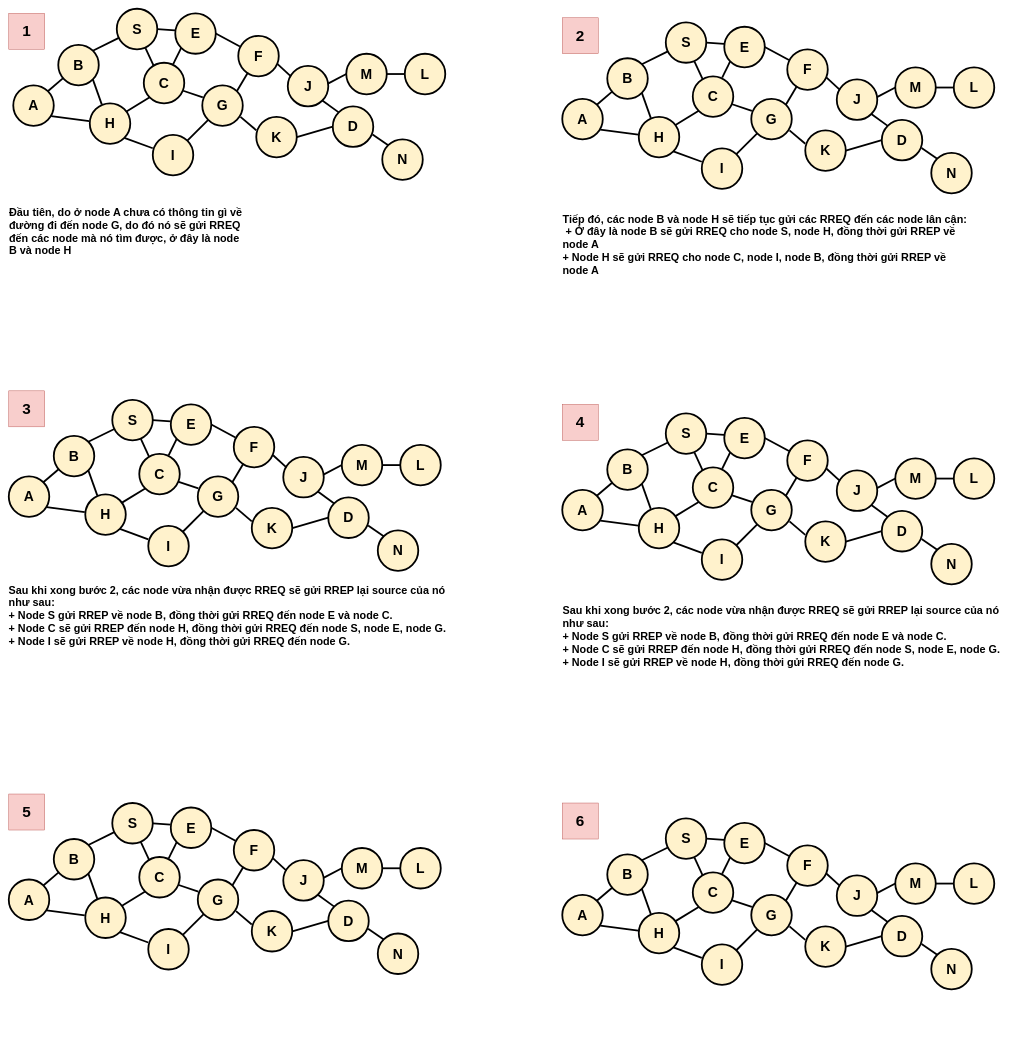
The draw.io diagram Untitled Diagram.drawio in hoangbui24/NT330.N21_AODV_OSLR, before the edit. Source tidied: cells renumbered, new cells numbered last; positions are measured from the earlier drawing's top-left corner, leaving out a move shared by most shapes. Both pictures are drawn from the tidied source at 45%, with x=0, y=0 at pixel (8, 9).
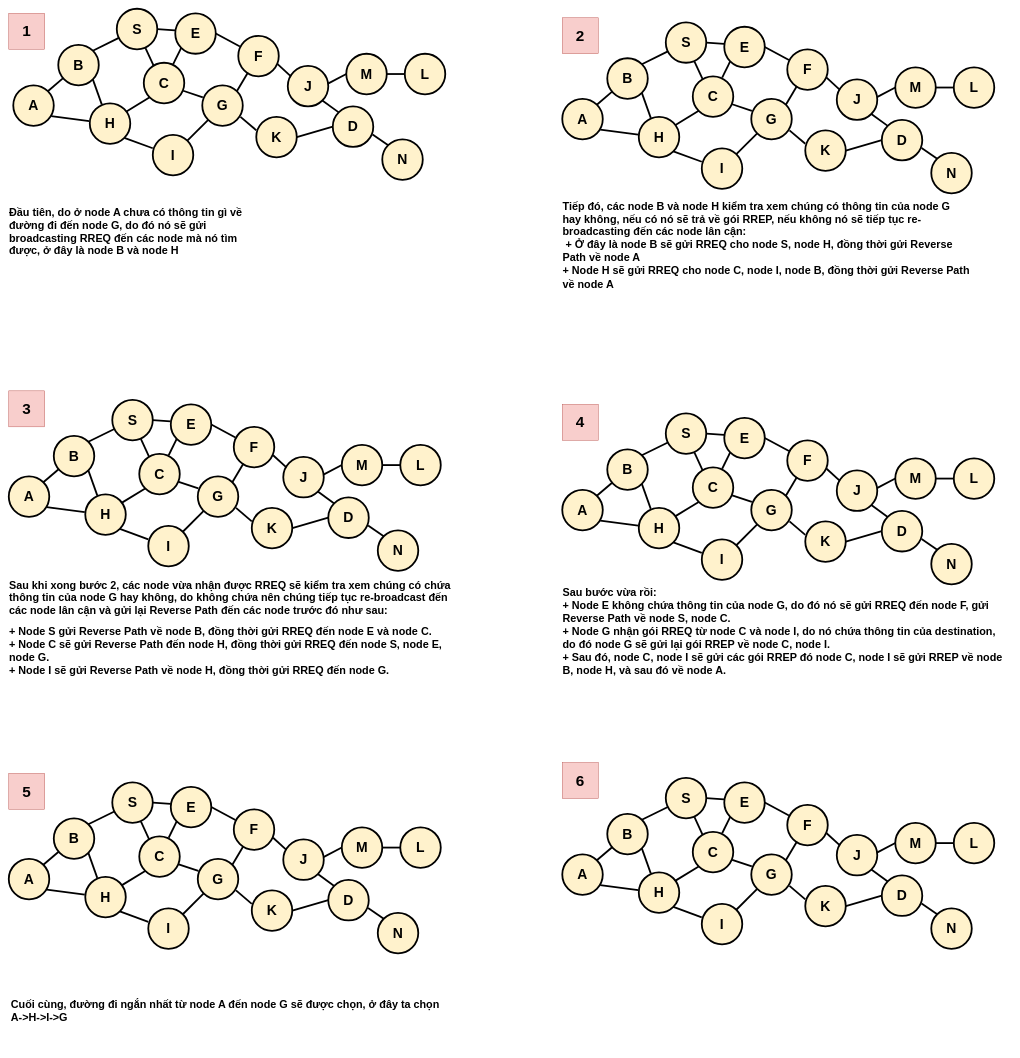
Above is the later version.

The edit, as a diff of the source:
```diff
@@
     <mxCell id="72" value="&lt;h1 style=&quot;font-size: 31px;&quot;&gt;A&lt;/h1&gt;" style="ellipse;whiteSpace=wrap;html=1;fontStyle=1;horizontal=1;fontSize=31;fillColor=#fff2cc;strokeColor=#000000;strokeWidth=4;" parent="1" vertex="1">
-      <mxGeometry x="1" y="1935" width="90" height="90" as="geometry" />
+      <mxGeometry x="1" y="1889" width="90" height="90" as="geometry" />
     </mxCell>
     <mxCell id="73" value="&lt;h1 style=&quot;font-size: 31px;&quot;&gt;B&lt;/h1&gt;" style="ellipse;whiteSpace=wrap;html=1;fontStyle=1;horizontal=1;fontSize=31;fillColor=#fff2cc;strokeColor=#000000;strokeWidth=4;" parent="1" vertex="1">
-      <mxGeometry x="101" y="1845" width="90" height="90" as="geometry" />
+      <mxGeometry x="101" y="1799" width="90" height="90" as="geometry" />
     </mxCell>
     <mxCell id="74" value="&lt;h1 style=&quot;font-size: 31px;&quot;&gt;H&lt;/h1&gt;" style="ellipse;whiteSpace=wrap;html=1;fontStyle=1;horizontal=1;fontSize=31;fillColor=#fff2cc;strokeColor=#000000;strokeWidth=4;" parent="1" vertex="1">
-      <mxGeometry x="171" y="1975" width="90" height="90" as="geometry" />
+      <mxGeometry x="171" y="1929" width="90" height="90" as="geometry" />
     </mxCell>
     <mxCell id="75" value="&lt;h1 style=&quot;font-size: 31px;&quot;&gt;S&lt;/h1&gt;" style="ellipse;whiteSpace=wrap;html=1;fontStyle=1;horizontal=1;fontSize=31;fillColor=#fff2cc;strokeColor=#000000;strokeWidth=4;" parent="1" vertex="1">
-      <mxGeometry x="231" y="1765" width="90" height="90" as="geometry" />
+      <mxGeometry x="231" y="1719" width="90" height="90" as="geometry" />
     </mxCell>
     <mxCell id="76" value="&lt;h1 style=&quot;font-size: 31px;&quot;&gt;C&lt;/h1&gt;" style="ellipse;whiteSpace=wrap;html=1;fontStyle=1;horizontal=1;fontSize=31;fillColor=#fff2cc;strokeColor=#000000;strokeWidth=4;" parent="1" vertex="1">
-      <mxGeometry x="291" y="1885" width="90" height="90" as="geometry" />
+      <mxGeometry x="291" y="1839" width="90" height="90" as="geometry" />
     </mxCell>
     <mxCell id="77" value="I" style="ellipse;whiteSpace=wrap;html=1;fontStyle=1;horizontal=1;fontSize=31;fillColor=#fff2cc;strokeColor=#000000;strokeWidth=4;" parent="1" vertex="1">
-      <mxGeometry x="311" y="2045" width="90" height="90" as="geometry" />
+      <mxGeometry x="311" y="1999" width="90" height="90" as="geometry" />
     </mxCell>
     <mxCell id="78" value="E" style="ellipse;whiteSpace=wrap;html=1;fontStyle=1;horizontal=1;fontSize=31;fillColor=#fff2cc;strokeColor=#000000;strokeWidth=4;" parent="1" vertex="1">
-      <mxGeometry x="361" y="1775" width="90" height="90" as="geometry" />
+      <mxGeometry x="361" y="1729" width="90" height="90" as="geometry" />
     </mxCell>
     <mxCell id="79" value="G" style="ellipse;whiteSpace=wrap;html=1;fontStyle=1;horizontal=1;fontSize=31;fillColor=#fff2cc;strokeColor=#000000;strokeWidth=4;" parent="1" vertex="1">
-      <mxGeometry x="421" y="1935" width="90" height="90" as="geometry" />
+      <mxGeometry x="421" y="1889" width="90" height="90" as="geometry" />
     </mxCell>
     <mxCell id="80" value="F" style="ellipse;whiteSpace=wrap;html=1;fontStyle=1;horizontal=1;fontSize=31;fillColor=#fff2cc;strokeColor=#000000;strokeWidth=4;" parent="1" vertex="1">
-      <mxGeometry x="501" y="1825" width="90" height="90" as="geometry" />
+      <mxGeometry x="501" y="1779" width="90" height="90" as="geometry" />
     </mxCell>
     <mxCell id="81" value="K" style="ellipse;whiteSpace=wrap;html=1;fontStyle=1;horizontal=1;fontSize=31;fillColor=#fff2cc;strokeColor=#000000;strokeWidth=4;" parent="1" vertex="1">
-      <mxGeometry x="541" y="2005" width="90" height="90" as="geometry" />
+      <mxGeometry x="541" y="1959" width="90" height="90" as="geometry" />
     </mxCell>
     <mxCell id="82" value="J" style="ellipse;whiteSpace=wrap;html=1;fontStyle=1;horizontal=1;fontSize=31;fillColor=#fff2cc;strokeColor=#000000;strokeWidth=4;" parent="1" vertex="1">
-      <mxGeometry x="611" y="1892" width="90" height="90" as="geometry" />
+      <mxGeometry x="611" y="1846" width="90" height="90" as="geometry" />
     </mxCell>
     <mxCell id="83" value="M" style="ellipse;whiteSpace=wrap;html=1;fontStyle=1;horizontal=1;fontSize=31;fillColor=#fff2cc;strokeColor=#000000;strokeWidth=4;" parent="1" vertex="1">
-      <mxGeometry x="741" y="1865" width="90" height="90" as="geometry" />
+      <mxGeometry x="741" y="1819" width="90" height="90" as="geometry" />
     </mxCell>
     <mxCell id="84" value="L" style="ellipse;whiteSpace=wrap;html=1;fontStyle=1;horizontal=1;fontSize=31;fillColor=#fff2cc;strokeColor=#000000;strokeWidth=4;" parent="1" vertex="1">
-      <mxGeometry x="871" y="1865" width="90" height="90" as="geometry" />
+      <mxGeometry x="871" y="1819" width="90" height="90" as="geometry" />
     </mxCell>
     <mxCell id="85" value="D" style="ellipse;whiteSpace=wrap;html=1;fontStyle=1;horizontal=1;fontSize=31;fillColor=#fff2cc;strokeColor=#000000;strokeWidth=4;" parent="1" vertex="1">
-      <mxGeometry x="711" y="1982" width="90" height="90" as="geometry" />
+      <mxGeometry x="711" y="1936" width="90" height="90" as="geometry" />
     </mxCell>
     <mxCell id="86" value="N" style="ellipse;whiteSpace=wrap;html=1;fontStyle=1;horizontal=1;fontSize=31;fillColor=#fff2cc;strokeColor=#000000;strokeWidth=4;" parent="1" vertex="1">
-      <mxGeometry x="821" y="2055" width="90" height="90" as="geometry" />
+      <mxGeometry x="821" y="2009" width="90" height="90" as="geometry" />
     </mxCell>
@@
     <mxCell id="93" style="endArrow=none;html=1;rounded=0;entryX=1;entryY=1;entryDx=0;entryDy=0;fontStyle=1;horizontal=1;fontSize=31;fillColor=#fff2cc;strokeColor=#000000;strokeWidth=4;" parent="1" edge="1" target="74">
       <mxGeometry relative="1" as="geometry">
-        <mxPoint x="311" y="2075" as="sourcePoint" />
+        <mxPoint x="311" y="2029" as="sourcePoint" />
       </mxGeometry>
     </mxCell>
@@
     <mxCell id="177" value="&lt;h1 style=&quot;font-size: 31px;&quot;&gt;A&lt;/h1&gt;" style="ellipse;whiteSpace=wrap;html=1;fontStyle=1;horizontal=1;fontSize=31;fillColor=#fff2cc;strokeColor=#000000;strokeWidth=4;" parent="1" vertex="1">
-      <mxGeometry x="1231" y="1969" width="90" height="90" as="geometry" />
+      <mxGeometry x="1231" y="1879" width="90" height="90" as="geometry" />
     </mxCell>
     <mxCell id="178" value="&lt;h1 style=&quot;font-size: 31px;&quot;&gt;B&lt;/h1&gt;" style="ellipse;whiteSpace=wrap;html=1;fontStyle=1;horizontal=1;fontSize=31;fillColor=#fff2cc;strokeColor=#000000;strokeWidth=4;" parent="1" vertex="1">
-      <mxGeometry x="1331" y="1879" width="90" height="90" as="geometry" />
+      <mxGeometry x="1331" y="1789" width="90" height="90" as="geometry" />
     </mxCell>
     <mxCell id="179" value="&lt;h1 style=&quot;font-size: 31px;&quot;&gt;H&lt;/h1&gt;" style="ellipse;whiteSpace=wrap;html=1;fontStyle=1;horizontal=1;fontSize=31;fillColor=#fff2cc;strokeColor=#000000;strokeWidth=4;" parent="1" vertex="1">
-      <mxGeometry x="1401" y="2009" width="90" height="90" as="geometry" />
+      <mxGeometry x="1401" y="1919" width="90" height="90" as="geometry" />
     </mxCell>
     <mxCell id="180" value="&lt;h1 style=&quot;font-size: 31px;&quot;&gt;S&lt;/h1&gt;" style="ellipse;whiteSpace=wrap;html=1;fontStyle=1;horizontal=1;fontSize=31;fillColor=#fff2cc;strokeColor=#000000;strokeWidth=4;" parent="1" vertex="1">
-      <mxGeometry x="1461" y="1799" width="90" height="90" as="geometry" />
+      <mxGeometry x="1461" y="1709" width="90" height="90" as="geometry" />
     </mxCell>
     <mxCell id="181" value="&lt;h1 style=&quot;font-size: 31px;&quot;&gt;C&lt;/h1&gt;" style="ellipse;whiteSpace=wrap;html=1;fontStyle=1;horizontal=1;fontSize=31;fillColor=#fff2cc;strokeColor=#000000;strokeWidth=4;" parent="1" vertex="1">
-      <mxGeometry x="1521" y="1919" width="90" height="90" as="geometry" />
+      <mxGeometry x="1521" y="1829" width="90" height="90" as="geometry" />
     </mxCell>
     <mxCell id="182" value="I" style="ellipse;whiteSpace=wrap;html=1;fontStyle=1;horizontal=1;fontSize=31;fillColor=#fff2cc;strokeColor=#000000;strokeWidth=4;" parent="1" vertex="1">
-      <mxGeometry x="1541" y="2079" width="90" height="90" as="geometry" />
+      <mxGeometry x="1541" y="1989" width="90" height="90" as="geometry" />
     </mxCell>
     <mxCell id="183" value="E" style="ellipse;whiteSpace=wrap;html=1;fontStyle=1;horizontal=1;fontSize=31;fillColor=#fff2cc;strokeColor=#000000;strokeWidth=4;" parent="1" vertex="1">
-      <mxGeometry x="1591" y="1809" width="90" height="90" as="geometry" />
+      <mxGeometry x="1591" y="1719" width="90" height="90" as="geometry" />
     </mxCell>
     <mxCell id="184" value="G" style="ellipse;whiteSpace=wrap;html=1;fontStyle=1;horizontal=1;fontSize=31;fillColor=#fff2cc;strokeColor=#000000;strokeWidth=4;" parent="1" vertex="1">
-      <mxGeometry x="1651" y="1969" width="90" height="90" as="geometry" />
+      <mxGeometry x="1651" y="1879" width="90" height="90" as="geometry" />
     </mxCell>
     <mxCell id="185" value="F" style="ellipse;whiteSpace=wrap;html=1;fontStyle=1;horizontal=1;fontSize=31;fillColor=#fff2cc;strokeColor=#000000;strokeWidth=4;" parent="1" vertex="1">
-      <mxGeometry x="1731" y="1859" width="90" height="90" as="geometry" />
+      <mxGeometry x="1731" y="1769" width="90" height="90" as="geometry" />
     </mxCell>
     <mxCell id="186" value="K" style="ellipse;whiteSpace=wrap;html=1;fontStyle=1;horizontal=1;fontSize=31;fillColor=#fff2cc;strokeColor=#000000;strokeWidth=4;" parent="1" vertex="1">
-      <mxGeometry x="1771" y="2039" width="90" height="90" as="geometry" />
+      <mxGeometry x="1771" y="1949" width="90" height="90" as="geometry" />
     </mxCell>
     <mxCell id="187" value="J" style="ellipse;whiteSpace=wrap;html=1;fontStyle=1;horizontal=1;fontSize=31;fillColor=#fff2cc;strokeColor=#000000;strokeWidth=4;" parent="1" vertex="1">
-      <mxGeometry x="1841" y="1926" width="90" height="90" as="geometry" />
+      <mxGeometry x="1841" y="1836" width="90" height="90" as="geometry" />
     </mxCell>
     <mxCell id="188" value="M" style="ellipse;whiteSpace=wrap;html=1;fontStyle=1;horizontal=1;fontSize=31;fillColor=#fff2cc;strokeColor=#000000;strokeWidth=4;" parent="1" vertex="1">
-      <mxGeometry x="1971" y="1899" width="90" height="90" as="geometry" />
+      <mxGeometry x="1971" y="1809" width="90" height="90" as="geometry" />
     </mxCell>
     <mxCell id="189" value="L" style="ellipse;whiteSpace=wrap;html=1;fontStyle=1;horizontal=1;fontSize=31;fillColor=#fff2cc;strokeColor=#000000;strokeWidth=4;" parent="1" vertex="1">
-      <mxGeometry x="2101" y="1899" width="90" height="90" as="geometry" />
+      <mxGeometry x="2101" y="1809" width="90" height="90" as="geometry" />
     </mxCell>
     <mxCell id="190" value="D" style="ellipse;whiteSpace=wrap;html=1;fontStyle=1;horizontal=1;fontSize=31;fillColor=#fff2cc;strokeColor=#000000;strokeWidth=4;" parent="1" vertex="1">
-      <mxGeometry x="1941" y="2016" width="90" height="90" as="geometry" />
+      <mxGeometry x="1941" y="1926" width="90" height="90" as="geometry" />
     </mxCell>
     <mxCell id="191" value="N" style="ellipse;whiteSpace=wrap;html=1;fontStyle=1;horizontal=1;fontSize=31;fillColor=#fff2cc;strokeColor=#000000;strokeWidth=4;" parent="1" vertex="1">
-      <mxGeometry x="2051" y="2089" width="90" height="90" as="geometry" />
+      <mxGeometry x="2051" y="1999" width="90" height="90" as="geometry" />
     </mxCell>
@@
     <mxCell id="198" style="endArrow=none;html=1;rounded=0;entryX=1;entryY=1;entryDx=0;entryDy=0;fontStyle=1;horizontal=1;fontSize=31;fillColor=#fff2cc;strokeColor=#000000;strokeWidth=4;" parent="1" edge="1" target="179">
       <mxGeometry relative="1" as="geometry">
-        <mxPoint x="1541" y="2109" as="sourcePoint" />
+        <mxPoint x="1541" y="2019" as="sourcePoint" />
       </mxGeometry>
     </mxCell>
@@
     <mxCell id="216" value="5" style="whiteSpace=wrap;html=1;fontSize=34;fontStyle=1;fillColor=#f8cecc;strokeColor=#b85450;" parent="1" vertex="1">
-      <mxGeometry x="1" y="1745" width="80" height="80" as="geometry" />
+      <mxGeometry x="1" y="1699" width="80" height="80" as="geometry" />
     </mxCell>
     <mxCell id="217" value="6" style="whiteSpace=wrap;html=1;fontSize=34;fontStyle=1;fillColor=#f8cecc;strokeColor=#b85450;" parent="1" vertex="1">
-      <mxGeometry x="1231" y="1765" width="80" height="80" as="geometry" />
+      <mxGeometry x="1231" y="1675" width="80" height="80" as="geometry" />
     </mxCell>
-    <mxCell id="218" value="&lt;h1 style=&quot;border-color: var(--border-color); text-align: left;&quot;&gt;Đầu tiên, do ở node A chưa có thông tin gì về đường đi đến node G, do đó nó sẽ gửi RREQ đến các node mà nó tìm được, ở đây là node B và node H&lt;/h1&gt;" style="text;html=1;strokeColor=none;fillColor=none;align=center;verticalAlign=middle;whiteSpace=wrap;rounded=0;" parent="1" vertex="1">
+    <mxCell id="218" value="&lt;h1 style=&quot;border-color: var(--border-color); text-align: left;&quot;&gt;Đầu tiên, do ở node A chưa có thông tin gì về đường đi đến node G, do đó nó sẽ gửi broadcasting RREQ đến các node mà nó tìm được, ở đây là node B và node H&lt;/h1&gt;" style="text;html=1;strokeColor=none;fillColor=none;align=center;verticalAlign=middle;whiteSpace=wrap;rounded=0;" parent="1" vertex="1">
       <mxGeometry x="1" y="415" width="530" height="160" as="geometry" />
     </mxCell>
-    <mxCell id="219" value="&lt;h1 style=&quot;border-color: var(--border-color); text-align: left;&quot;&gt;Tiếp đó, các node B và node H sẽ tiếp tục gửi các RREQ đến các node lân cận:&lt;br&gt;&amp;nbsp;+ Ở đây là node B sẽ gửi RREQ cho node S, node H, đồng thời gửi RREP về node A&lt;br&gt;+ Node H sẽ gửi RREQ cho node C, node I, node B, đồng thời gửi RREP về node A&lt;/h1&gt;" style="text;html=1;strokeColor=none;fillColor=none;align=center;verticalAlign=middle;whiteSpace=wrap;rounded=0;" parent="1" vertex="1">
+    <mxCell id="219" value="&lt;h1 style=&quot;border-color: var(--border-color); text-align: left;&quot;&gt;Tiếp đó, các node B và node H kiểm tra xem chúng có thông tin của node G hay không, nếu có nó sẽ trả về gói RREP, nếu không nó sẽ tiếp tục re-broadcasting đến các node lân cận:&lt;br&gt;&amp;nbsp;+ Ở đây là node B sẽ gửi RREQ cho node S, node H, đồng thời gửi Reverse Path về node A&lt;br&gt;+ Node H sẽ gửi RREQ cho node C, node I, node B, đồng thời gửi Reverse Path về node A&lt;/h1&gt;" style="text;html=1;strokeColor=none;fillColor=none;align=center;verticalAlign=middle;whiteSpace=wrap;rounded=0;" parent="1" vertex="1">
       <mxGeometry x="1231" y="445" width="910" height="160" as="geometry" />
     </mxCell>
-    <mxCell id="220" value="&lt;h1 style=&quot;border-color: var(--border-color); text-align: left;&quot;&gt;Sau khi xong bước 2, các node vừa nhận được RREQ sẽ gửi RREP lại source của nó như sau:&lt;br&gt;+ Node S gửi RREP về node B, đồng thời gửi RREQ đến node E và node C.&lt;br&gt;+ Node C sẽ gửi RREP đến node H, đồng thời gửi RREQ đến node S, node E, node G.&lt;br&gt;+ Node I sẽ gửi RREP về node H, đồng thời gửi RREQ đến node G.&lt;/h1&gt;" style="text;html=1;strokeColor=none;fillColor=none;align=center;verticalAlign=middle;whiteSpace=wrap;rounded=0;" parent="1" vertex="1">
-      <mxGeometry y="1269" width="1000" height="160" as="geometry" />
+    <mxCell id="220" value="&lt;h1 style=&quot;border-color: var(--border-color); text-align: left;&quot;&gt;Sau khi xong bước 2, các node vừa nhận được RREQ sẽ kiểm tra xem chúng có chứa thông tin của node G hay không, do không chứa nên chúng tiếp tục re-broadcast đến các node lân cận và gửi lại Reverse Path đến các node trước đó như sau:&lt;/h1&gt;&lt;h1 style=&quot;border-color: var(--border-color); text-align: left;&quot;&gt;+ Node S gửi Reverse Path về node B, đồng thời gửi RREQ đến node E và node C.&lt;br&gt;+ Node C sẽ gửi Reverse Path đến node H, đồng thời gửi RREQ đến node S, node E, node G.&lt;br&gt;+ Node I sẽ gửi Reverse Path về node H, đồng thời gửi RREQ đến node G.&lt;/h1&gt;" style="text;html=1;strokeColor=none;fillColor=none;align=center;verticalAlign=middle;whiteSpace=wrap;rounded=0;" parent="1" vertex="1">
+      <mxGeometry x="1" y="1295" width="1000" height="160" as="geometry" />
     </mxCell>
-    <mxCell id="221" value="&lt;h1 style=&quot;border-color: var(--border-color); text-align: left;&quot;&gt;Sau khi xong bước 2, các node vừa nhận được RREQ sẽ gửi RREP lại source của nó như sau:&lt;br&gt;+ Node S gửi RREP về node B, đồng thời gửi RREQ đến node E và node C.&lt;br&gt;+ Node C sẽ gửi RREP đến node H, đồng thời gửi RREQ đến node S, node E, node G.&lt;br&gt;+ Node I sẽ gửi RREP về node H, đồng thời gửi RREQ đến node G.&lt;/h1&gt;" style="text;html=1;strokeColor=none;fillColor=none;align=center;verticalAlign=middle;whiteSpace=wrap;rounded=0;" parent="1" vertex="1">
-      <mxGeometry x="1231" y="1315" width="1000" height="160" as="geometry" />
+    <mxCell id="221" value="&lt;h1 style=&quot;border-color: var(--border-color); text-align: left;&quot;&gt;Sau bước vừa rồi:&lt;br&gt;+ Node E không chứa thông tin của node G, do đó nó sẽ gửi RREQ đến node F, gửi Reverse Path về node S, node C.&lt;br&gt;+ Node G nhận gói RREQ từ node C và node I, do nó chứa thông tin của destination, do đó node G sẽ gửi lại gói RREP về node C, node I.&lt;br&gt;+ Sau đó, node C, node I sẽ gửi các gói RREP đó node C, node I sẽ gửi RREP về node B, node H, và sau đó về node A.&lt;br&gt;&lt;br&gt;&lt;/h1&gt;&lt;div&gt;&lt;br&gt;&lt;/div&gt;" style="text;html=1;strokeColor=none;fillColor=none;align=center;verticalAlign=middle;whiteSpace=wrap;rounded=0;" parent="1" vertex="1">
+      <mxGeometry x="1231" y="1325" width="1000" height="160" as="geometry" />
     </mxCell>
+    <mxCell id="222" value="&lt;h1 style=&quot;border-color: var(--border-color); text-align: left;&quot;&gt;Cuối cùng, đường đi ngắn nhất từ node A đến node G sẽ được chọn, ở đây ta chọn A-&amp;gt;H-&amp;gt;I-&amp;gt;G&lt;/h1&gt;&lt;div&gt;&lt;br&gt;&lt;/div&gt;" style="text;html=1;strokeColor=none;fillColor=none;align=center;verticalAlign=middle;whiteSpace=wrap;rounded=0;" parent="1" vertex="1">
+      <mxGeometry x="5" y="2155" width="966" height="160" as="geometry" />
+    </mxCell>
```
